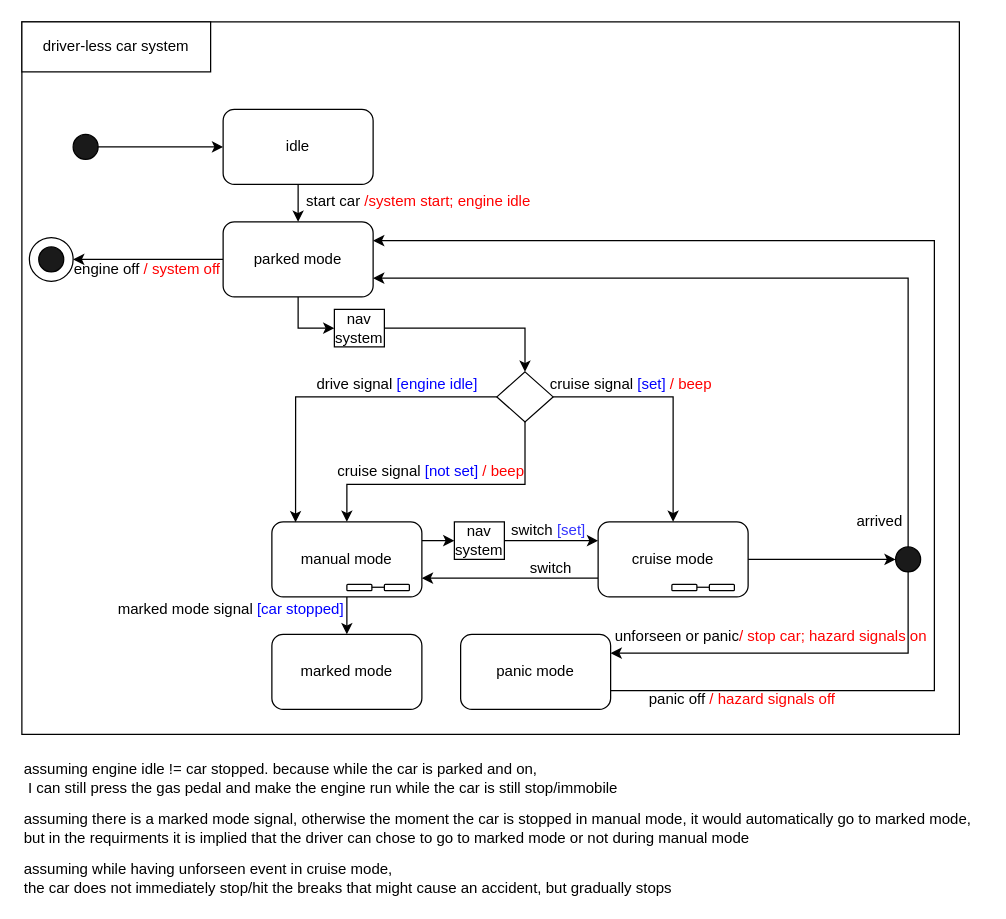
SamanthaGuillemette/SOEN331_A2 keeps this draw.io diagram as A2_SOEN331.drawio. Above is the earlier version. Source tidied: cells renumbered, new cells numbered last; positions are measured from the earlier drawing's top-left corner, leaving out a move shared by most shapes. Both pictures are drawn from the tidied source at 125%, with x=0, y=0 at pixel (21, 21).
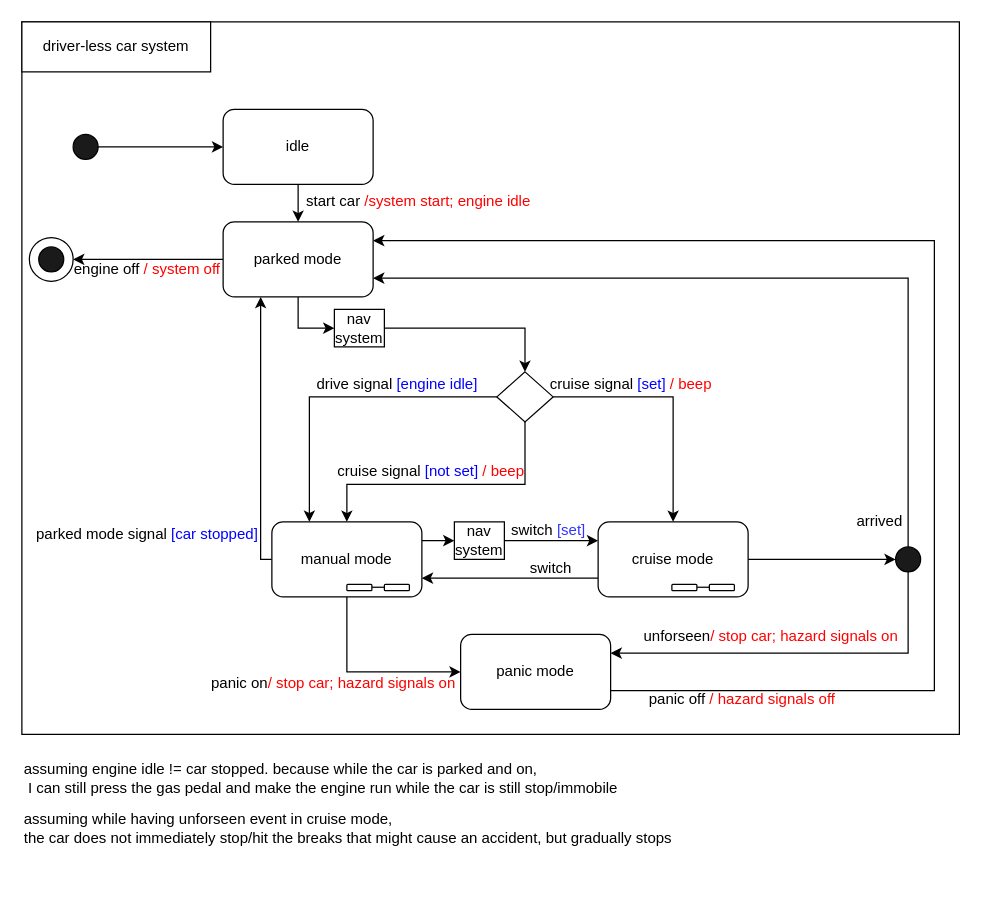
The same page after the edit.

The change refers to these unchanged cells:
```xml
<mxCell id="9" value="parked mode" style="rounded=1;whiteSpace=wrap;html=1;" parent="1" vertex="1">
  <mxGeometry x="161" y="160" width="120" height="60" as="geometry" />
</mxCell>
<mxCell id="12" value="manual mode" style="rounded=1;whiteSpace=wrap;html=1;" parent="1" vertex="1">
  <mxGeometry x="200" y="400" width="120" height="60" as="geometry" />
</mxCell>
<mxCell id="18" value="panic mode" style="rounded=1;whiteSpace=wrap;html=1;" parent="1" vertex="1">
  <mxGeometry x="351" y="490" width="120" height="60" as="geometry" />
</mxCell>
<mxCell id="40" style="rhombus;whiteSpace=wrap;html=1;" parent="1" vertex="1">
  <mxGeometry x="380" y="280" width="45" height="40" as="geometry" />
</mxCell>
```

What changed in the source:
```diff
@@
-    <mxCell id="10" style="edgeStyle=orthogonalEdgeStyle;rounded=0;jettySize=auto;html=1;exitX=0.5;exitY=1;exitDx=0;exitDy=0;entryX=0.5;entryY=0;entryDx=0;entryDy=0;" parent="1" edge="1" source="12" target="13">
-      <mxGeometry relative="1" as="geometry" />
+    <mxCell id="10" style="edgeStyle=orthogonalEdgeStyle;rounded=0;jettySize=auto;html=1;exitX=0;exitY=0.5;exitDx=0;exitDy=0;entryX=0.25;entryY=1;entryDx=0;entryDy=0;" parent="1" edge="1" source="12" target="9">
+      <mxGeometry relative="1" as="geometry">
+        <Array as="points">
+          <mxPoint x="191" y="430" />
+        </Array>
+      </mxGeometry>
     </mxCell>
@@
+    <mxCell id="53" style="edgeStyle=orthogonalEdgeStyle;rounded=0;jettySize=auto;html=1;exitX=0.5;exitY=1;exitDx=0;exitDy=0;entryX=0;entryY=0.5;entryDx=0;entryDy=0;" parent="1" edge="1" source="12" target="18">
+      <mxGeometry relative="1" as="geometry" />
+    </mxCell>
@@
-    <mxCell id="13" value="marked mode" style="rounded=1;whiteSpace=wrap;html=1;" parent="1" vertex="1">
-      <mxGeometry x="200" y="490" width="120" height="60" as="geometry" />
-    </mxCell>
@@
-    <mxCell id="19" style="edgeStyle=orthogonalEdgeStyle;rounded=0;jettySize=auto;html=1;exitX=0;exitY=0.5;exitDx=0;exitDy=0;entryX=0.158;entryY=0.006;entryDx=0;entryDy=0;entryPerimeter=0;" parent="1" edge="1" source="40" target="12">
+    <mxCell id="19" style="edgeStyle=orthogonalEdgeStyle;rounded=0;jettySize=auto;html=1;exitX=0;exitY=0.5;exitDx=0;exitDy=0;entryX=0.25;entryY=0;entryDx=0;entryDy=0;" parent="1" edge="1" source="40" target="12">
       <mxGeometry relative="1" as="geometry">
         <Array as="points">
-          <mxPoint x="219" y="300" />
+          <mxPoint x="230" y="300" />
         </Array>
       </mxGeometry>
     </mxCell>
@@
-    <mxCell id="29" value="marked mode signal&amp;nbsp;&lt;font color=&quot;#0000ff&quot;&gt;[car stopped]&lt;/font&gt;" style="text;html=1;align=center;verticalAlign=middle;" parent="1" vertex="1">
-      <mxGeometry x="67" y="460" width="200" height="20" as="geometry" />
+    <mxCell id="29" value="parked mode signal&amp;nbsp;&lt;font color=&quot;#0000ff&quot;&gt;[car stopped]&lt;/font&gt;" style="text;html=1;align=center;verticalAlign=middle;" parent="1" vertex="1">
+      <mxGeometry x="4.5" y="400" width="190" height="20" as="geometry" />
     </mxCell>
@@
-    <mxCell id="33" value="unforseen or panic&lt;font color=&quot;#ff0000&quot;&gt;/ stop car; hazard signals on&lt;/font&gt;" style="text;html=1;align=center;verticalAlign=middle;" parent="1" vertex="1">
-      <mxGeometry x="464" y="482" width="270" height="20" as="geometry" />
+    <mxCell id="33" value="unforseen&lt;font color=&quot;#ff0000&quot;&gt;/ stop car; hazard signals on&lt;/font&gt;" style="text;html=1;align=center;verticalAlign=middle;" parent="1" vertex="1">
+      <mxGeometry x="489" y="482" width="220" height="20" as="geometry" />
     </mxCell>
@@
-    <mxCell id="45" value="assuming there is a marked mode signal, otherwise the moment the car is stopped in manual mode, it would automatically go to marked mode, &lt;br&gt;but in the requirments it is implied that the driver can chose to go to marked mode or not during manual mode" style="text;html=1;align=left;verticalAlign=middle;" parent="1" vertex="1">
-      <mxGeometry y="630" width="770" height="30" as="geometry" />
-    </mxCell>
     <mxCell id="46" value="assuming while having unforseen event in cruise mode, &lt;br&gt;&lt;div&gt;&lt;span&gt;the car does not immediately stop/hit the breaks that might cause an accident, but gradually stops&lt;/span&gt;&lt;/div&gt;" style="text;html=1;align=left;verticalAlign=middle;" parent="1" vertex="1">
-      <mxGeometry y="670" width="530" height="30" as="geometry" />
+      <mxGeometry y="630" width="530" height="30" as="geometry" />
     </mxCell>
@@
+    <mxCell id="54" value="panic on&lt;font color=&quot;#ff0000&quot;&gt;/ stop car; hazard signals on&lt;/font&gt;" style="text;html=1;align=center;verticalAlign=middle;" parent="1" vertex="1">
+      <mxGeometry x="144" y="519" width="210" height="20" as="geometry" />
+    </mxCell>
```
